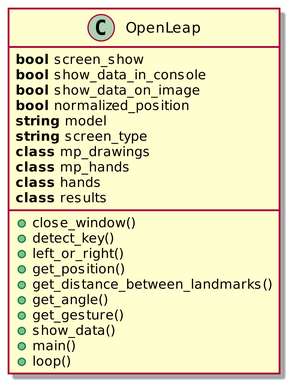
The PlantUML diagram Documentation/images/class.png in szymciem8/OpenLeap, before a commit.
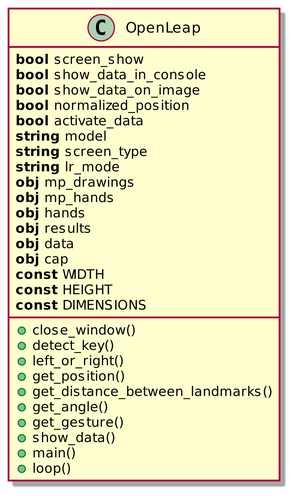
Later version of the same file.

Change to the diagram source:
```diff
@@ -19,12 +19,19 @@
     **bool** show_data_in_console
     **bool** show_data_on_image
     **bool** normalized_position
+    **bool** activate_data
     **string** model
     **string** screen_type
-    **class** mp_drawings
-    **class** mp_hands
-    **class** hands
-    **class** results
+    **string** lr_mode
+    **obj** mp_drawings
+    **obj** mp_hands
+    **obj** hands
+    **obj** results
+    **obj** data
+    **obj** cap
+    **const** WIDTH
+    **const** HEIGHT
+    **const** DIMENSIONS
 }
 
 @enduml
```
